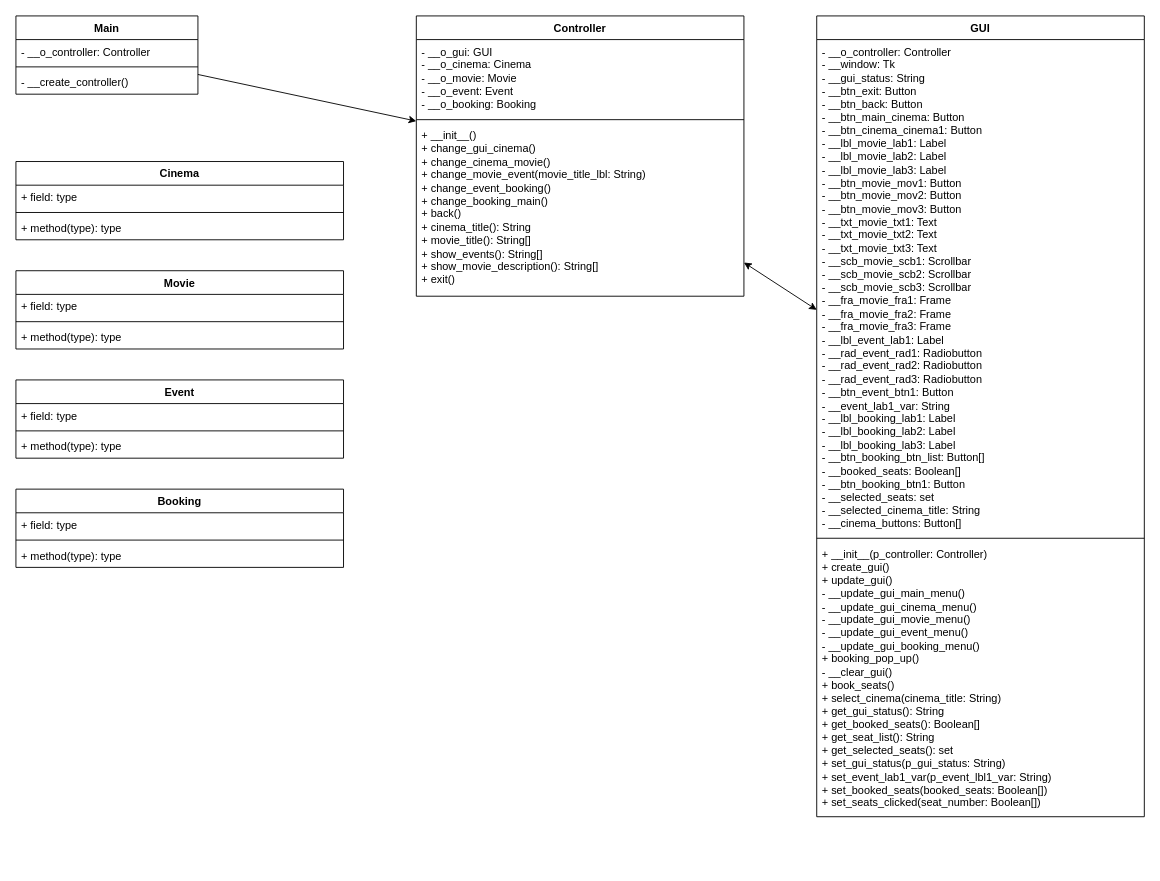
Earlier version of the draw.io diagram Klassendiagramm Kinobuchungsprogramm.drawio (SirPatschiii/Kinobuchungsprogramm). Source tidied: cells renumbered, new cells numbered last; positions are measured from the earlier drawing's top-left corner, leaving out a move shared by most shapes. Both pictures are drawn from the tidied source at 91%, with x=0, y=0 at pixel (15, 15).
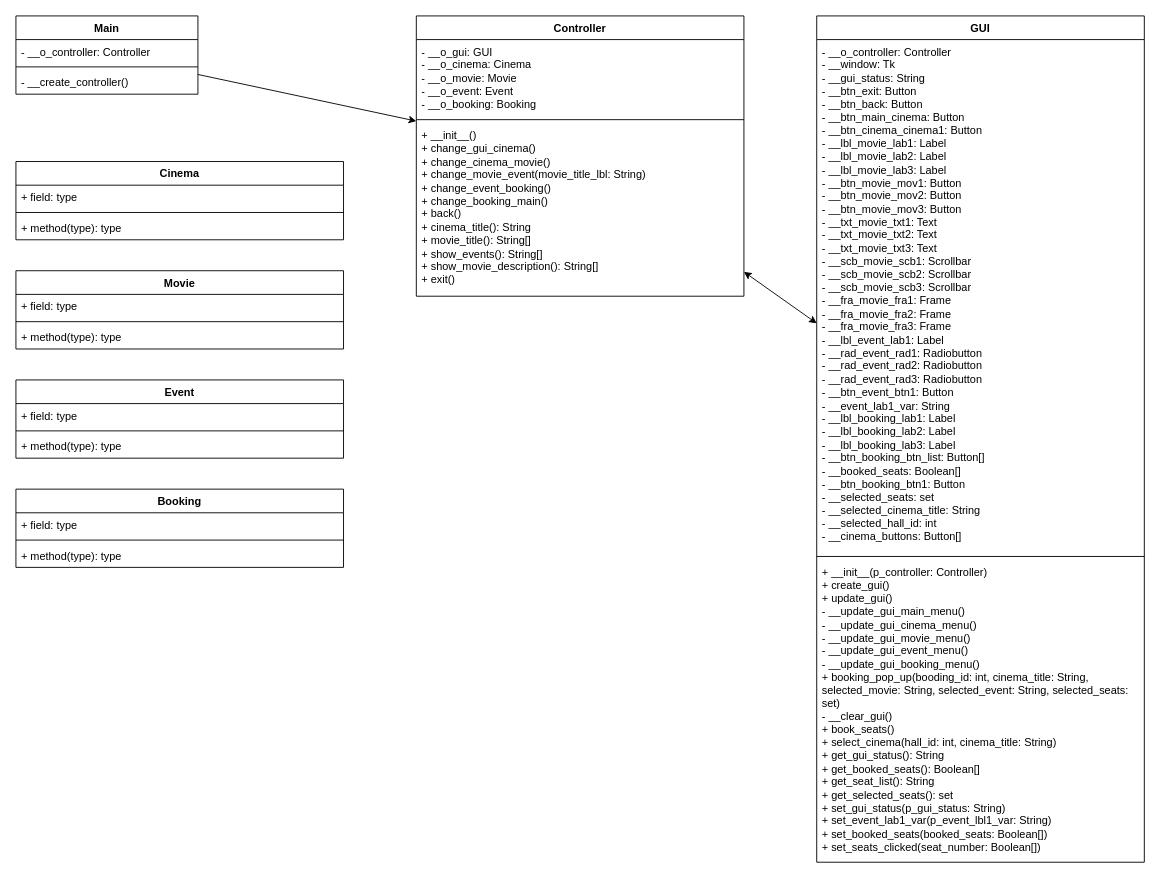
The same page after the edit.

Commit message:
Done some refactoring for data encapsulation, overview and PEP 8 purposes

The edit, as a diff of the source:
```diff
@@
     <mxCell id="6" value="GUI" style="swimlane;fontStyle=1;align=center;verticalAlign=top;horizontal=1;startSize=26;whiteSpace=wrap;html=1;" parent="1" vertex="1">
-      <mxGeometry x="880" width="360" height="880" as="geometry" />
+      <mxGeometry x="880" width="360" height="930" as="geometry" />
     </mxCell>
-    <mxCell id="7" value="- __o_controller: Controller&lt;br&gt;- __window: Tk&lt;br&gt;- __gui_status: String&lt;br&gt;- __btn_exit: Button&lt;br&gt;- __btn_back: Button&lt;br&gt;- __btn_main_cinema: Button&lt;br&gt;- __btn_cinema_cinema1: Button&lt;br&gt;- __lbl_movie_lab1: Label&lt;br&gt;- __lbl_movie_lab2: Label&lt;br&gt;- __lbl_movie_lab3: Label&lt;br&gt;- __btn_movie_mov1: Button&lt;br&gt;- __btn_movie_mov2: Button&lt;br&gt;- __btn_movie_mov3: Button&lt;br&gt;- __txt_movie_txt1: Text&lt;br&gt;- __txt_movie_txt2: Text&lt;br&gt;- __txt_movie_txt3: Text&lt;br&gt;- __scb_movie_scb1: Scrollbar&lt;br&gt;- __scb_movie_scb2: Scrollbar&lt;br&gt;- __scb_movie_scb3: Scrollbar&lt;br&gt;- __fra_movie_fra1: Frame&lt;br&gt;- __fra_movie_fra2: Frame&lt;br&gt;- __fra_movie_fra3: Frame&lt;br&gt;- __lbl_event_lab1: Label&lt;br&gt;- __rad_event_rad1: Radiobutton&lt;br&gt;- __rad_event_rad2: Radiobutton&lt;br&gt;- __rad_event_rad3: Radiobutton&lt;br&gt;- __btn_event_btn1: Button&lt;br&gt;- __event_lab1_var: String&lt;br&gt;- __lbl_booking_lab1: Label&lt;br&gt;- __lbl_booking_lab2: Label&lt;br&gt;- __lbl_booking_lab3: Label&lt;br&gt;- __btn_booking_btn_list: Button[]&lt;br&gt;- __booked_seats: Boolean[]&lt;br&gt;- __btn_booking_btn1: Button&lt;br&gt;- __selected_seats: set&lt;br&gt;- __selected_cinema_title: String&lt;br&gt;- __cinema_buttons: Button[]" style="text;strokeColor=none;fillColor=none;align=left;verticalAlign=top;spacingLeft=4;spacingRight=4;overflow=hidden;whiteSpace=wrap;html=1;" parent="6" vertex="1">
-      <mxGeometry y="26" width="360" height="544" as="geometry" />
+    <mxCell id="7" value="- __o_controller: Controller&lt;br&gt;- __window: Tk&lt;br&gt;- __gui_status: String&lt;br&gt;- __btn_exit: Button&lt;br&gt;- __btn_back: Button&lt;br&gt;- __btn_main_cinema: Button&lt;br&gt;- __btn_cinema_cinema1: Button&lt;br&gt;- __lbl_movie_lab1: Label&lt;br&gt;- __lbl_movie_lab2: Label&lt;br&gt;- __lbl_movie_lab3: Label&lt;br&gt;- __btn_movie_mov1: Button&lt;br&gt;- __btn_movie_mov2: Button&lt;br&gt;- __btn_movie_mov3: Button&lt;br&gt;- __txt_movie_txt1: Text&lt;br&gt;- __txt_movie_txt2: Text&lt;br&gt;- __txt_movie_txt3: Text&lt;br&gt;- __scb_movie_scb1: Scrollbar&lt;br&gt;- __scb_movie_scb2: Scrollbar&lt;br&gt;- __scb_movie_scb3: Scrollbar&lt;br&gt;- __fra_movie_fra1: Frame&lt;br&gt;- __fra_movie_fra2: Frame&lt;br&gt;- __fra_movie_fra3: Frame&lt;br&gt;- __lbl_event_lab1: Label&lt;br&gt;- __rad_event_rad1: Radiobutton&lt;br&gt;- __rad_event_rad2: Radiobutton&lt;br&gt;- __rad_event_rad3: Radiobutton&lt;br&gt;- __btn_event_btn1: Button&lt;br&gt;- __event_lab1_var: String&lt;br&gt;- __lbl_booking_lab1: Label&lt;br&gt;- __lbl_booking_lab2: Label&lt;br&gt;- __lbl_booking_lab3: Label&lt;br&gt;- __btn_booking_btn_list: Button[]&lt;br&gt;- __booked_seats: Boolean[]&lt;br&gt;- __btn_booking_btn1: Button&lt;br&gt;- __selected_seats: set&lt;br&gt;- __selected_cinema_title: String&lt;br&gt;- __selected_hall_id: int&lt;br&gt;- __cinema_buttons: Button[]" style="text;strokeColor=none;fillColor=none;align=left;verticalAlign=top;spacingLeft=4;spacingRight=4;overflow=hidden;whiteSpace=wrap;html=1;" parent="6" vertex="1">
+      <mxGeometry y="26" width="360" height="564" as="geometry" />
     </mxCell>
     <mxCell id="8" style="line;strokeWidth=1;fillColor=none;align=left;verticalAlign=middle;spacingTop=-1;spacingLeft=3;spacingRight=3;labelPosition=right;strokeColor=inherit;" parent="6" vertex="1">
-      <mxGeometry y="570" width="360" height="8" as="geometry" />
+      <mxGeometry y="590" width="360" height="8" as="geometry" />
     </mxCell>
-    <mxCell id="9" value="+ __init__(p_controller: Controller)&lt;br&gt;+ create_gui()&lt;br&gt;+ update_gui()&lt;br&gt;- __update_gui_main_menu()&lt;br&gt;- __update_gui_cinema_menu()&lt;br&gt;- __update_gui_movie_menu()&lt;br&gt;- __update_gui_event_menu()&lt;br&gt;- __update_gui_booking_menu()&lt;br&gt;+ booking_pop_up()&lt;br&gt;- __clear_gui()&lt;br&gt;+ book_seats()&lt;br&gt;+ select_cinema(cinema_title: String)&lt;br&gt;+ get_gui_status(): String&lt;br&gt;+ get_booked_seats(): Boolean[]&lt;br&gt;+ get_seat_list(): String&lt;br&gt;+ get_selected_seats(): set&lt;br&gt;+ set_gui_status(p_gui_status: String)&lt;br&gt;+ set_event_lab1_var(p_event_lbl1_var: String)&lt;br&gt;+ set_booked_seats(booked_seats: Boolean[])&lt;br&gt;+ set_seats_clicked(seat_number: Boolean[])" style="text;strokeColor=none;fillColor=none;align=left;verticalAlign=top;spacingLeft=4;spacingRight=4;overflow=hidden;whiteSpace=wrap;html=1;" parent="6" vertex="1">
-      <mxGeometry y="578" width="360" height="302" as="geometry" />
+    <mxCell id="9" value="+ __init__(p_controller: Controller)&lt;br&gt;+ create_gui()&lt;br&gt;+ update_gui()&lt;br&gt;- __update_gui_main_menu()&lt;br&gt;- __update_gui_cinema_menu()&lt;br&gt;- __update_gui_movie_menu()&lt;br&gt;- __update_gui_event_menu()&lt;br&gt;- __update_gui_booking_menu()&lt;br&gt;+ booking_pop_up(booding_id: int, cinema_title: String, selected_movie: String, selected_event: String, selected_seats: set)&lt;br&gt;- __clear_gui()&lt;br&gt;+ book_seats()&lt;br&gt;+ select_cinema(hall_id: int, cinema_title: String)&lt;br&gt;+ get_gui_status(): String&lt;br&gt;+ get_booked_seats(): Boolean[]&lt;br&gt;+ get_seat_list(): String&lt;br&gt;+ get_selected_seats(): set&lt;br&gt;+ set_gui_status(p_gui_status: String)&lt;br&gt;+ set_event_lab1_var(p_event_lbl1_var: String)&lt;br&gt;+ set_booked_seats(booked_seats: Boolean[])&lt;br&gt;+ set_seats_clicked(seat_number: Boolean[])" style="text;strokeColor=none;fillColor=none;align=left;verticalAlign=top;spacingLeft=4;spacingRight=4;overflow=hidden;whiteSpace=wrap;html=1;" parent="6" vertex="1">
+      <mxGeometry y="598" width="360" height="332" as="geometry" />
     </mxCell>
```
